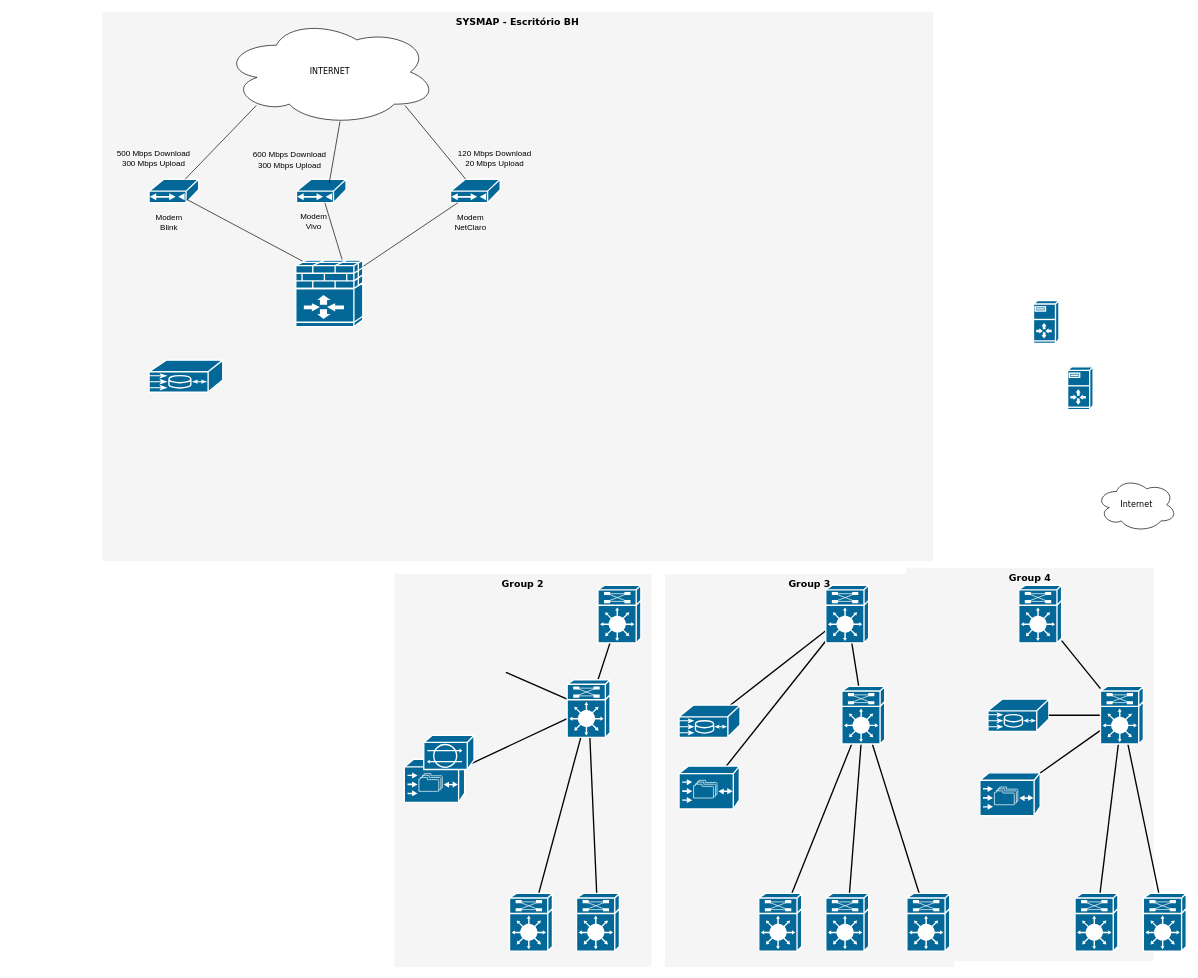
This is Diagrama sem nome.drawio from mtuliolaine/Install-App-Windows, a draw.io file, before an edit. Source tidied: cells renumbered, new cells numbered last; positions are measured from the earlier drawing's top-left corner, leaving out a move shared by most shapes. Both pictures are drawn from the tidied source at 67%, with x=0, y=0 at pixel (102, 11).
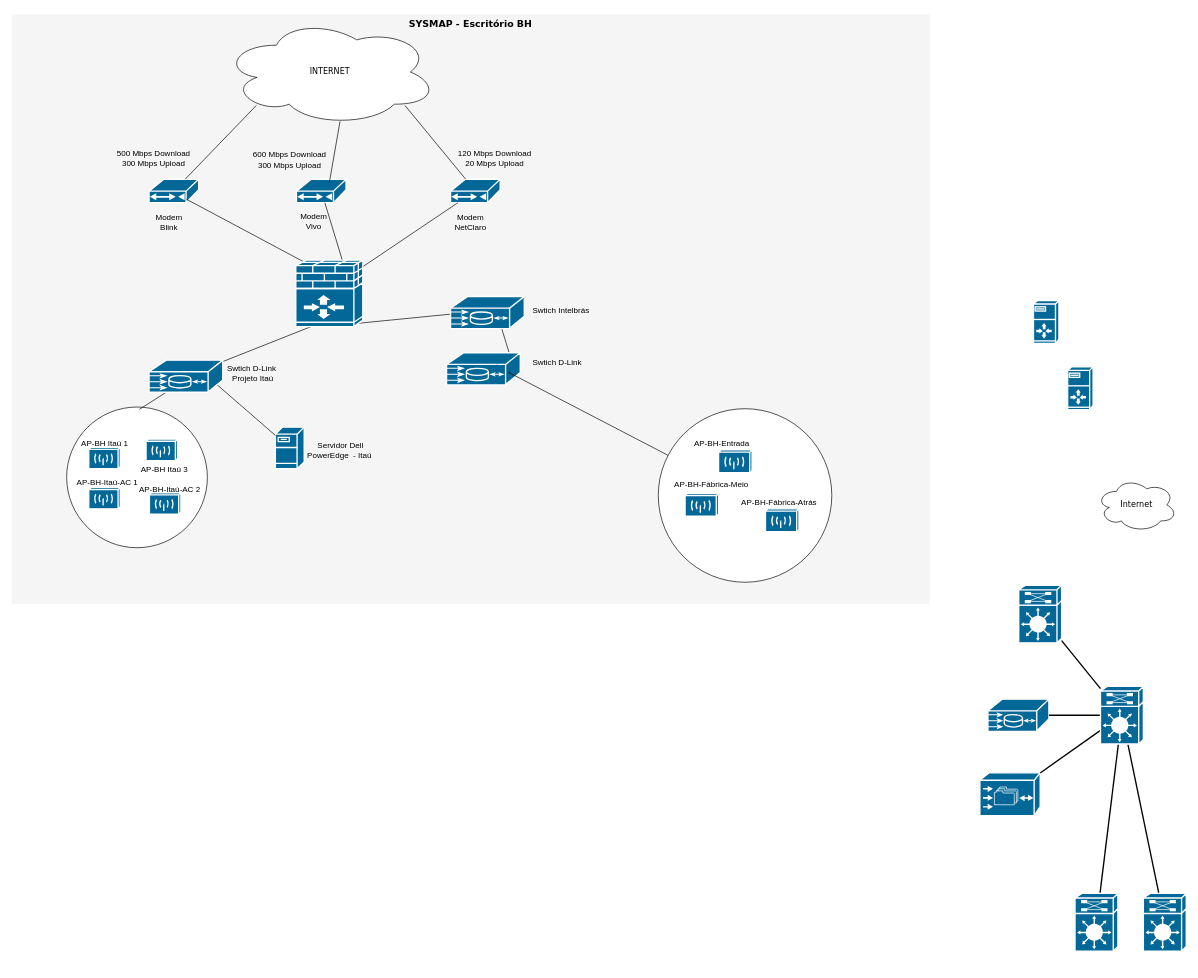
The same diagram, later.

The change refers to these unchanged cells:
```xml
<mxCell id="61" style="shape=mxgraph.cisco.misc.me1100;html=1;dashed=0;fillColor=#036897;strokeColor=#ffffff;strokeWidth=2;verticalLabelPosition=bottom;verticalAlign=top;rounded=0;shadow=0;comic=0;fontFamily=Verdana;fontSize=12;" parent="1" vertex="1">
  <mxGeometry x="70" y="520" width="110" height="48" as="geometry" />
</mxCell>
```

Diff of the diagram source:
```diff
@@
     <mxCell id="2" value="SYSMAP - Escritório BH" style="whiteSpace=wrap;html=1;rounded=0;shadow=0;comic=0;strokeWidth=1;fontFamily=Verdana;fontSize=14;fillColor=#f5f5f5;strokeColor=none;verticalAlign=top;fontStyle=1;" parent="1" vertex="1">
-      <mxGeometry width="1240" height="820" as="geometry" />
+      <mxGeometry x="-135" y="4" width="1370" height="880" as="geometry" />
     </mxCell>
-    <mxCell id="3" value="Group 4" style="whiteSpace=wrap;html=1;rounded=0;shadow=0;comic=0;strokeWidth=1;fontFamily=Verdana;fontSize=14;fillColor=#f5f5f5;strokeColor=none;fontStyle=1;verticalAlign=top;" parent="1" vertex="1">
-      <mxGeometry x="1200" y="830" width="370" height="587" as="geometry" />
-    </mxCell>
-    <mxCell id="4" value="Group 3" style="whiteSpace=wrap;html=1;rounded=0;shadow=0;comic=0;strokeWidth=1;fontFamily=Verdana;fontSize=14;fillColor=#f5f5f5;strokeColor=none;fontStyle=1;verticalAlign=top;" parent="1" vertex="1">
-      <mxGeometry x="840" y="839" width="432" height="587" as="geometry" />
-    </mxCell>
-    <mxCell id="5" value="Group 2" style="whiteSpace=wrap;html=1;rounded=0;shadow=0;comic=0;strokeWidth=1;fontFamily=Verdana;fontSize=14;fillColor=#f5f5f5;strokeColor=none;fontStyle=1;verticalAlign=top;" parent="1" vertex="1">
-      <mxGeometry x="436" y="839" width="384" height="587" as="geometry" />
-    </mxCell>
+    <mxCell id="62" style="ellipse;whiteSpace=wrap;html=1;" parent="1" vertex="1">
+      <mxGeometry x="830" y="592.5" width="259" height="259" as="geometry" />
+    </mxCell>
+    <mxCell id="63" style="ellipse;whiteSpace=wrap;html=1;" parent="1" vertex="1">
+      <mxGeometry x="-53" y="590" width="210" height="210" as="geometry" />
+    </mxCell>
@@
-    <mxCell id="10" style="edgeStyle=none;html=1;labelBackgroundColor=none;startFill=0;endArrow=none;endFill=0;strokeWidth=2;fontFamily=Verdana;fontSize=12;" parent="1" edge="1" source="11" target="23">
-      <mxGeometry relative="1" as="geometry" />
-    </mxCell>
-    <mxCell id="11" style="shape=mxgraph.cisco.misc.route_switch_processor;html=1;dashed=0;fillColor=#036897;strokeColor=#ffffff;strokeWidth=2;verticalLabelPosition=bottom;verticalAlign=top;rounded=0;shadow=0;comic=0;fontFamily=Verdana;fontSize=12;" parent="1" vertex="1">
-      <mxGeometry x="740" y="856" width="64" height="86" as="geometry" />
-    </mxCell>
-    <mxCell id="12" style="edgeStyle=none;html=1;labelBackgroundColor=none;startFill=0;endArrow=none;endFill=0;strokeWidth=2;fontFamily=Verdana;fontSize=12;" parent="1" edge="1" source="15" target="29">
-      <mxGeometry relative="1" as="geometry" />
-    </mxCell>
-    <mxCell id="13" style="edgeStyle=none;html=1;labelBackgroundColor=none;startFill=0;endArrow=none;endFill=0;strokeWidth=2;fontFamily=Verdana;fontSize=12;" parent="1" edge="1" source="15" target="24">
-      <mxGeometry relative="1" as="geometry" />
-    </mxCell>
-    <mxCell id="14" style="edgeStyle=none;html=1;labelBackgroundColor=none;startFill=0;endArrow=none;endFill=0;strokeWidth=2;fontFamily=Verdana;fontSize=12;" parent="1" edge="1" source="15" target="25">
-      <mxGeometry relative="1" as="geometry" />
-    </mxCell>
-    <mxCell id="15" style="shape=mxgraph.cisco.misc.route_switch_processor;html=1;dashed=0;fillColor=#036897;strokeColor=#ffffff;strokeWidth=2;verticalLabelPosition=bottom;verticalAlign=top;rounded=0;shadow=0;comic=0;fontFamily=Verdana;fontSize=12;" parent="1" vertex="1">
-      <mxGeometry x="1080" y="856" width="64" height="86" as="geometry" />
-    </mxCell>
@@
-    <mxCell id="18" style="shape=mxgraph.cisco.storage.cisco_file_engine;html=1;dashed=0;fillColor=#036897;strokeColor=#ffffff;strokeWidth=2;verticalLabelPosition=bottom;verticalAlign=top;rounded=0;shadow=0;comic=0;fontFamily=Verdana;fontSize=12;" parent="1" vertex="1">
-      <mxGeometry x="451" y="1116" width="90" height="64" as="geometry" />
-    </mxCell>
-    <mxCell id="19" style="edgeStyle=none;html=1;labelBackgroundColor=none;startFill=0;endArrow=none;endFill=0;strokeWidth=2;fontFamily=Verdana;fontSize=12;" parent="1" edge="1" source="23">
-      <mxGeometry relative="1" as="geometry">
-        <mxPoint x="602.5" y="985.9" as="targetPoint" />
-      </mxGeometry>
-    </mxCell>
-    <mxCell id="20" style="edgeStyle=none;html=1;labelBackgroundColor=none;startFill=0;endArrow=none;endFill=0;strokeWidth=2;fontFamily=Verdana;fontSize=12;" parent="1" edge="1" source="23" target="18">
-      <mxGeometry relative="1" as="geometry" />
-    </mxCell>
-    <mxCell id="21" style="edgeStyle=none;html=1;labelBackgroundColor=none;startFill=0;endArrow=none;endFill=0;strokeWidth=2;fontFamily=Verdana;fontSize=12;" parent="1" edge="1" source="23" target="38">
-      <mxGeometry relative="1" as="geometry" />
-    </mxCell>
-    <mxCell id="22" style="edgeStyle=none;html=1;labelBackgroundColor=none;startFill=0;endArrow=none;endFill=0;strokeWidth=2;fontFamily=Verdana;fontSize=12;" parent="1" edge="1" source="23" target="37">
-      <mxGeometry relative="1" as="geometry" />
-    </mxCell>
-    <mxCell id="23" style="shape=mxgraph.cisco.misc.route_switch_processor;html=1;dashed=0;fillColor=#036897;strokeColor=#ffffff;strokeWidth=2;verticalLabelPosition=bottom;verticalAlign=top;rounded=0;shadow=0;comic=0;fontFamily=Verdana;fontSize=12;" parent="1" vertex="1">
-      <mxGeometry x="694" y="997" width="64" height="86" as="geometry" />
-    </mxCell>
-    <mxCell id="24" style="shape=mxgraph.cisco.misc.me1100;html=1;dashed=0;fillColor=#036897;strokeColor=#ffffff;strokeWidth=2;verticalLabelPosition=bottom;verticalAlign=top;rounded=0;shadow=0;comic=0;fontFamily=Verdana;fontSize=12;" parent="1" vertex="1">
-      <mxGeometry x="861" y="1035" width="91" height="48" as="geometry" />
-    </mxCell>
-    <mxCell id="25" style="shape=mxgraph.cisco.storage.cisco_file_engine;html=1;dashed=0;fillColor=#036897;strokeColor=#ffffff;strokeWidth=2;verticalLabelPosition=bottom;verticalAlign=top;rounded=0;shadow=0;comic=0;fontFamily=Verdana;fontSize=12;" parent="1" vertex="1">
-      <mxGeometry x="861" y="1126" width="90" height="64" as="geometry" />
-    </mxCell>
-    <mxCell id="26" style="edgeStyle=none;html=1;labelBackgroundColor=none;startFill=0;endArrow=none;endFill=0;strokeWidth=2;fontFamily=Verdana;fontSize=12;" parent="1" edge="1" source="29" target="41">
-      <mxGeometry relative="1" as="geometry" />
-    </mxCell>
-    <mxCell id="27" style="edgeStyle=none;html=1;labelBackgroundColor=none;startFill=0;endArrow=none;endFill=0;strokeWidth=2;fontFamily=Verdana;fontSize=12;" parent="1" edge="1" source="29" target="40">
-      <mxGeometry relative="1" as="geometry" />
-    </mxCell>
-    <mxCell id="28" style="edgeStyle=none;html=1;labelBackgroundColor=none;startFill=0;endArrow=none;endFill=0;strokeWidth=2;fontFamily=Verdana;fontSize=12;" parent="1" edge="1" source="29" target="39">
-      <mxGeometry relative="1" as="geometry" />
-    </mxCell>
-    <mxCell id="29" style="shape=mxgraph.cisco.misc.route_switch_processor;html=1;dashed=0;fillColor=#036897;strokeColor=#ffffff;strokeWidth=2;verticalLabelPosition=bottom;verticalAlign=top;rounded=0;shadow=0;comic=0;fontFamily=Verdana;fontSize=12;" parent="1" vertex="1">
-      <mxGeometry x="1104" y="1007" width="64" height="86" as="geometry" />
-    </mxCell>
@@
-    <mxCell id="37" style="shape=mxgraph.cisco.misc.route_switch_processor;html=1;dashed=0;fillColor=#036897;strokeColor=#ffffff;strokeWidth=2;verticalLabelPosition=bottom;verticalAlign=top;rounded=0;shadow=0;comic=0;fontFamily=Verdana;fontSize=12;" parent="1" vertex="1">
-      <mxGeometry x="608" y="1316" width="64" height="86" as="geometry" />
-    </mxCell>
-    <mxCell id="38" style="shape=mxgraph.cisco.misc.route_switch_processor;html=1;dashed=0;fillColor=#036897;strokeColor=#ffffff;strokeWidth=2;verticalLabelPosition=bottom;verticalAlign=top;rounded=0;shadow=0;comic=0;fontFamily=Verdana;fontSize=12;" parent="1" vertex="1">
-      <mxGeometry x="708" y="1316" width="64" height="86" as="geometry" />
-    </mxCell>
-    <mxCell id="39" style="shape=mxgraph.cisco.misc.route_switch_processor;html=1;dashed=0;fillColor=#036897;strokeColor=#ffffff;strokeWidth=2;verticalLabelPosition=bottom;verticalAlign=top;rounded=0;shadow=0;comic=0;fontFamily=Verdana;fontSize=12;" parent="1" vertex="1">
-      <mxGeometry x="980" y="1316" width="64" height="86" as="geometry" />
-    </mxCell>
-    <mxCell id="40" style="shape=mxgraph.cisco.misc.route_switch_processor;html=1;dashed=0;fillColor=#036897;strokeColor=#ffffff;strokeWidth=2;verticalLabelPosition=bottom;verticalAlign=top;rounded=0;shadow=0;comic=0;fontFamily=Verdana;fontSize=12;" parent="1" vertex="1">
-      <mxGeometry x="1080" y="1316" width="64" height="86" as="geometry" />
-    </mxCell>
-    <mxCell id="41" style="shape=mxgraph.cisco.misc.route_switch_processor;html=1;dashed=0;fillColor=#036897;strokeColor=#ffffff;strokeWidth=2;verticalLabelPosition=bottom;verticalAlign=top;rounded=0;shadow=0;comic=0;fontFamily=Verdana;fontSize=12;" parent="1" vertex="1">
-      <mxGeometry x="1201" y="1316" width="64" height="86" as="geometry" />
-    </mxCell>
@@
+    <mxCell id="64" value="Swtich D-Link&amp;nbsp;&lt;br&gt;Projeto Itaú" style="text;strokeColor=none;align=center;fillColor=none;html=1;verticalAlign=middle;whiteSpace=wrap;rounded=0;" parent="1" vertex="1">
+      <mxGeometry x="180" y="524" width="90" height="30" as="geometry" />
+    </mxCell>
+    <mxCell id="65" value="Swtich Intelbrás" style="text;strokeColor=none;align=center;fillColor=none;html=1;verticalAlign=middle;whiteSpace=wrap;rounded=0;" parent="1" vertex="1">
+      <mxGeometry x="640" y="431" width="90" height="30" as="geometry" />
+    </mxCell>
+    <mxCell id="66" value="Swtich D-Link&amp;nbsp;" style="text;strokeColor=none;align=center;fillColor=none;html=1;verticalAlign=middle;whiteSpace=wrap;rounded=0;" parent="1" vertex="1">
+      <mxGeometry x="636" y="509" width="90" height="30" as="geometry" />
+    </mxCell>
+    <mxCell id="67" style="endArrow=none;html=1;rounded=0;" parent="1" edge="1" source="61">
+      <mxGeometry relative="1" as="geometry">
+        <mxPoint x="342" y="458" as="targetPoint" />
+      </mxGeometry>
+    </mxCell>
+    <mxCell id="68" style="endArrow=none;html=1;rounded=0;exitX=0.864;exitY=0.354;exitDx=0;exitDy=0;exitPerimeter=0;" parent="1" edge="1" source="86">
+      <mxGeometry relative="1" as="geometry">
+        <mxPoint x="352" y="468" as="targetPoint" />
+      </mxGeometry>
+    </mxCell>
+    <mxCell id="69" style="endArrow=none;html=1;rounded=0;exitX=0.864;exitY=0.354;exitDx=0;exitDy=0;exitPerimeter=0;entryX=0.664;entryY=0.771;entryDx=0;entryDy=0;entryPerimeter=0;" parent="1" edge="1" target="86">
+      <mxGeometry relative="1" as="geometry">
+        <mxPoint x="608" y="511" as="sourcePoint" />
+      </mxGeometry>
+    </mxCell>
+    <mxCell id="70" style="shape=mxgraph.cisco.misc.me1100;html=1;dashed=0;fillColor=#036897;strokeColor=#ffffff;strokeWidth=2;verticalLabelPosition=bottom;verticalAlign=top;rounded=0;shadow=0;comic=0;fontFamily=Verdana;fontSize=12;" parent="1" vertex="1">
+      <mxGeometry x="514" y="509" width="110" height="48" as="geometry" />
+    </mxCell>
@@
-    <mxCell id="60" style="shape=mxgraph.cisco.misc.netranger;sketch=0;html=1;dashed=0;fillColor=#036897;strokeColor=#ffffff;strokeWidth=2;verticalLabelPosition=bottom;verticalAlign=top;align=center;" parent="1" vertex="1">
-      <mxGeometry x="480" y="1080" width="75" height="51" as="geometry" />
-    </mxCell>
+    <mxCell id="71" style="shape=mxgraph.cisco.servers.fileserver;sketch=0;html=1;dashed=0;fillColor=#036897;strokeColor=#ffffff;strokeWidth=2;verticalLabelPosition=bottom;verticalAlign=top;align=center;outlineConnect=0;" parent="1" vertex="1">
+      <mxGeometry x="258.5" y="620" width="43" height="62" as="geometry" />
+    </mxCell>
+    <mxCell id="72" value="Servidor Dell PowerEdge&amp;nbsp; - Itaú&amp;nbsp;" style="text;strokeColor=none;align=center;fillColor=none;html=1;verticalAlign=middle;whiteSpace=wrap;rounded=0;" parent="1" vertex="1">
+      <mxGeometry x="302" y="639" width="108" height="30" as="geometry" />
+    </mxCell>
+    <mxCell id="73" style="endArrow=none;html=1;rounded=0;exitX=0.92;exitY=0.76;exitDx=0;exitDy=0;exitPerimeter=0;" parent="1" edge="1" source="61" target="71">
+      <mxGeometry relative="1" as="geometry" />
+    </mxCell>
+    <mxCell id="74" style="shape=mxgraph.cisco.wireless.wireless_transport;sketch=0;html=1;dashed=0;fillColor=#036897;strokeColor=#ffffff;strokeWidth=2;verticalLabelPosition=bottom;verticalAlign=top;align=center;" parent="1" vertex="1">
+      <mxGeometry x="-20" y="650" width="47" height="32" as="geometry" />
+    </mxCell>
+    <mxCell id="75" style="shape=mxgraph.cisco.wireless.wireless_transport;sketch=0;html=1;dashed=0;fillColor=#036897;strokeColor=#ffffff;strokeWidth=2;verticalLabelPosition=bottom;verticalAlign=top;align=center;" parent="1" vertex="1">
+      <mxGeometry x="70.5" y="718" width="47" height="32" as="geometry" />
+    </mxCell>
+    <mxCell id="76" style="shape=mxgraph.cisco.wireless.wireless_transport;sketch=0;html=1;dashed=0;fillColor=#036897;strokeColor=#ffffff;strokeWidth=2;verticalLabelPosition=bottom;verticalAlign=top;align=center;" parent="1" vertex="1">
+      <mxGeometry x="65.5" y="638" width="47" height="32" as="geometry" />
+    </mxCell>
+    <mxCell id="77" style="shape=mxgraph.cisco.wireless.wireless_transport;sketch=0;html=1;dashed=0;fillColor=#036897;strokeColor=#ffffff;strokeWidth=2;verticalLabelPosition=bottom;verticalAlign=top;align=center;" parent="1" vertex="1">
+      <mxGeometry x="-20" y="710" width="47" height="32" as="geometry" />
+    </mxCell>
+    <mxCell id="78" value="AP-BH Itaú 1" style="text;strokeColor=none;align=center;fillColor=none;html=1;verticalAlign=middle;whiteSpace=wrap;rounded=0;" parent="1" vertex="1">
+      <mxGeometry x="-41.5" y="629" width="90" height="30" as="geometry" />
+    </mxCell>
+    <mxCell id="79" value="AP-BH Itaú 3" style="text;strokeColor=none;align=center;fillColor=none;html=1;verticalAlign=middle;whiteSpace=wrap;rounded=0;" parent="1" vertex="1">
+      <mxGeometry x="47.5" y="669" width="90" height="30" as="geometry" />
+    </mxCell>
+    <mxCell id="80" style="endArrow=none;html=1;rounded=0;exitX=0.373;exitY=0.792;exitDx=0;exitDy=0;exitPerimeter=0;entryX=0.139;entryY=0.67;entryDx=0;entryDy=0;entryPerimeter=0;" parent="1" edge="1" source="61" target="2">
+      <mxGeometry relative="1" as="geometry" />
+    </mxCell>
@@
+    <mxCell id="81" value="AP-BH-Itaú-AC 1" style="text;strokeColor=none;align=center;fillColor=none;html=1;verticalAlign=middle;whiteSpace=wrap;rounded=0;" parent="1" vertex="1">
+      <mxGeometry x="-45.5" y="688" width="105.5" height="30" as="geometry" />
+    </mxCell>
+    <mxCell id="82" value="AP-BH-Itaú-AC 2" style="text;strokeColor=none;align=center;fillColor=none;html=1;verticalAlign=middle;whiteSpace=wrap;rounded=0;" parent="1" vertex="1">
+      <mxGeometry x="47.5" y="698" width="105.5" height="30" as="geometry" />
+    </mxCell>
+    <mxCell id="83" style="shape=mxgraph.cisco.wireless.wireless_transport;sketch=0;html=1;dashed=0;fillColor=#036897;strokeColor=#ffffff;strokeWidth=2;verticalLabelPosition=bottom;verticalAlign=top;align=center;" parent="1" vertex="1">
+      <mxGeometry x="870" y="719" width="50" height="34" as="geometry" />
+    </mxCell>
+    <mxCell id="84" style="shape=mxgraph.cisco.wireless.wireless_transport;sketch=0;html=1;dashed=0;fillColor=#036897;strokeColor=#ffffff;strokeWidth=2;verticalLabelPosition=bottom;verticalAlign=top;align=center;" parent="1" vertex="1">
+      <mxGeometry x="990" y="742" width="50" height="34" as="geometry" />
+    </mxCell>
+    <mxCell id="85" style="shape=mxgraph.cisco.wireless.wireless_transport;sketch=0;html=1;dashed=0;fillColor=#036897;strokeColor=#ffffff;strokeWidth=2;verticalLabelPosition=bottom;verticalAlign=top;align=center;" parent="1" vertex="1">
+      <mxGeometry x="920" y="654" width="50" height="34" as="geometry" />
+    </mxCell>
+    <mxCell id="86" style="shape=mxgraph.cisco.misc.me1100;html=1;dashed=0;fillColor=#036897;strokeColor=#ffffff;strokeWidth=2;verticalLabelPosition=bottom;verticalAlign=top;rounded=0;shadow=0;comic=0;fontFamily=Verdana;fontSize=12;" parent="1" vertex="1">
+      <mxGeometry x="520" y="425" width="110" height="48" as="geometry" />
+    </mxCell>
+    <mxCell id="87" style="endArrow=none;html=1;rounded=0;entryX=0.836;entryY=0.604;entryDx=0;entryDy=0;entryPerimeter=0;" parent="1" edge="1" source="62" target="70">
+      <mxGeometry relative="1" as="geometry" />
+    </mxCell>
+    <mxCell id="88" value="AP-BH-Entrada" style="text;strokeColor=none;align=center;fillColor=none;html=1;verticalAlign=middle;whiteSpace=wrap;rounded=0;" parent="1" vertex="1">
+      <mxGeometry x="880" y="629" width="90" height="30" as="geometry" />
+    </mxCell>
+    <mxCell id="89" value="AP-BH-Fábrica-Meio" style="text;strokeColor=none;align=center;fillColor=none;html=1;verticalAlign=middle;whiteSpace=wrap;rounded=0;" parent="1" vertex="1">
+      <mxGeometry x="849" y="691" width="121" height="30" as="geometry" />
+    </mxCell>
+    <mxCell id="90" value="AP-BH-Fábrica-Atrás" style="text;strokeColor=none;align=center;fillColor=none;html=1;verticalAlign=middle;whiteSpace=wrap;rounded=0;" parent="1" vertex="1">
+      <mxGeometry x="950" y="718" width="121" height="30" as="geometry" />
+    </mxCell>
```
